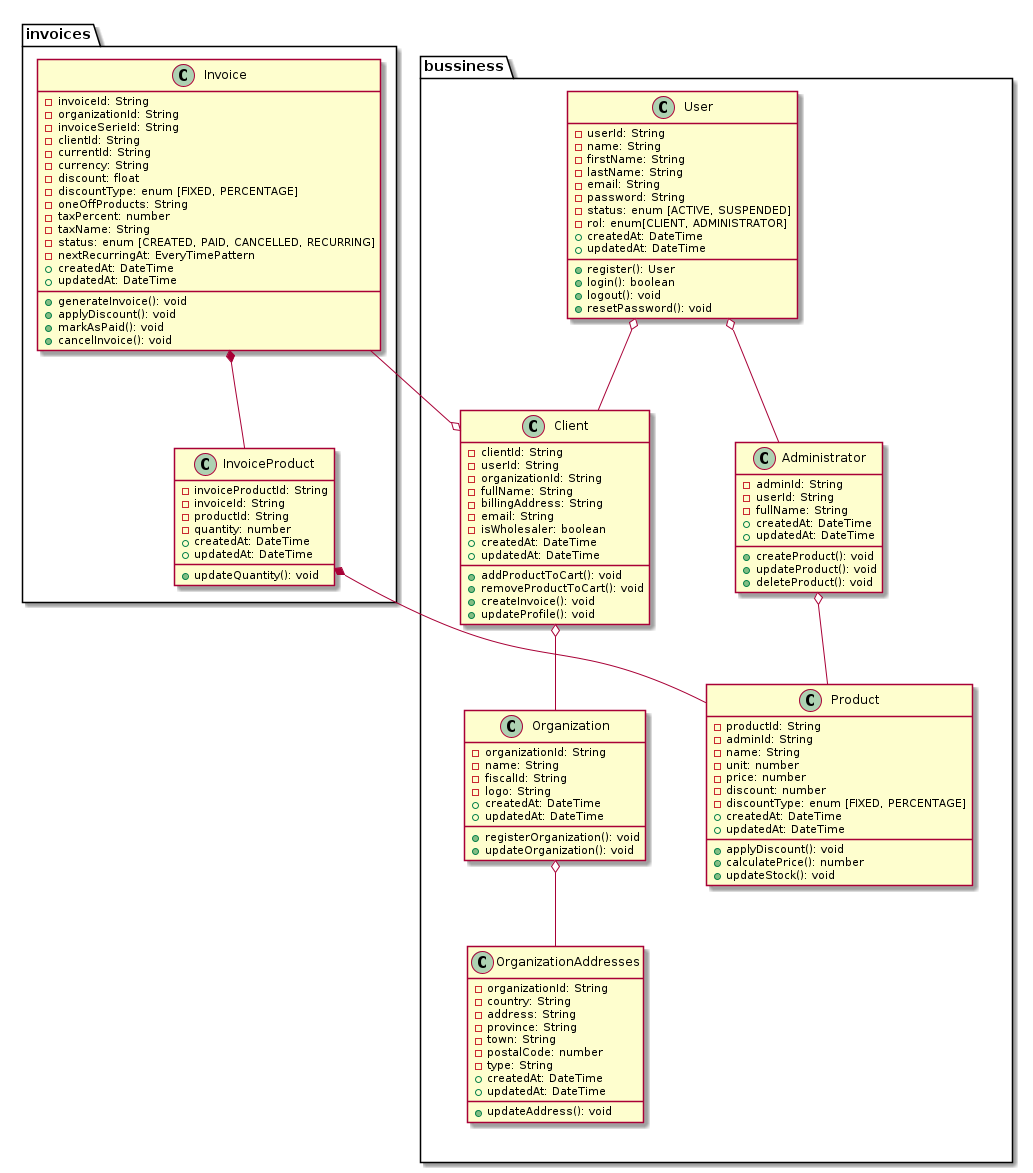
This is docs/class-diagram.png from DanielGonzlez/TFG, a PlantUML export, as it was before one commit.
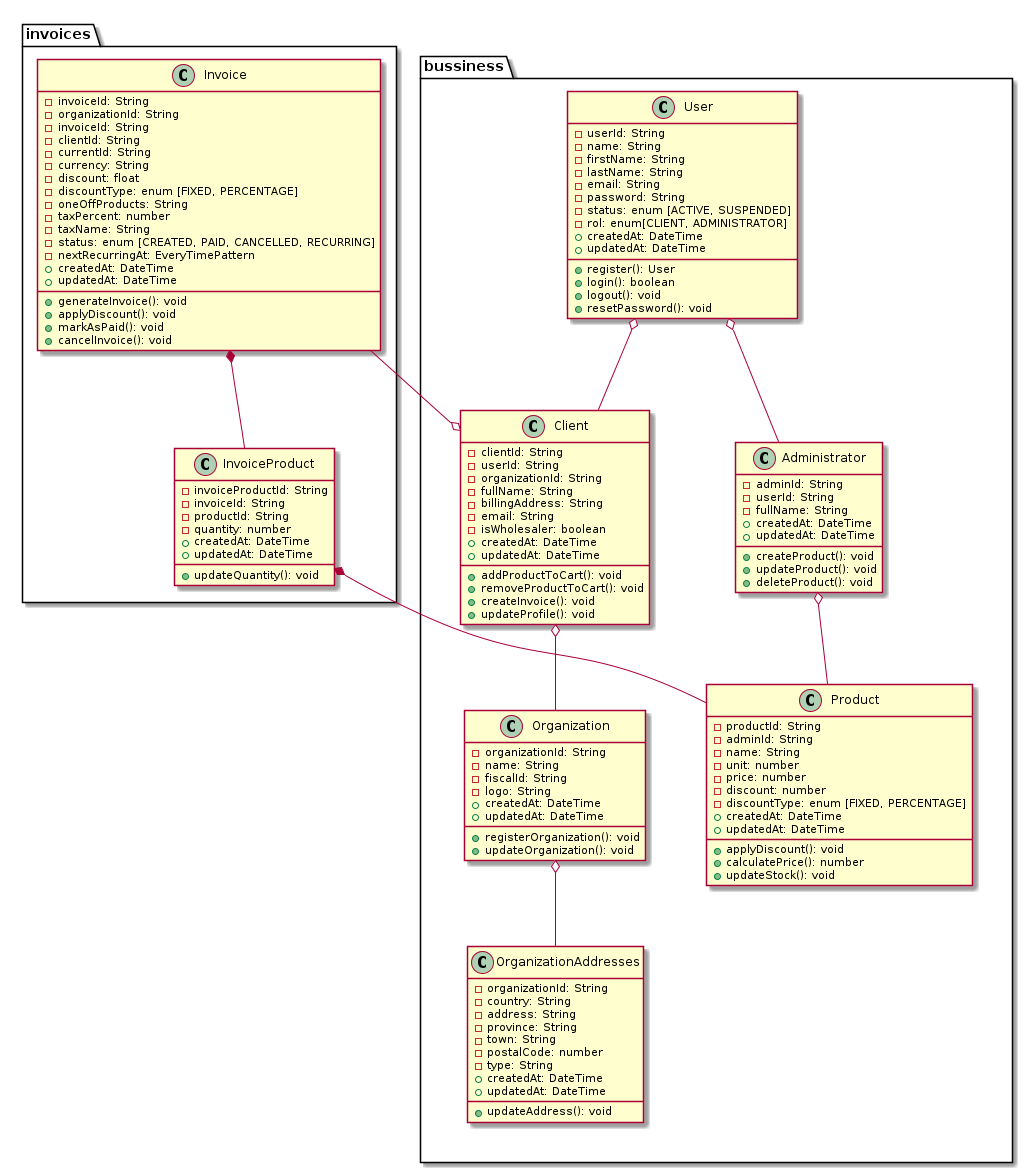
After the change.

Change to the diagram source:
```diff
@@ -109,7 +109,7 @@
     class Invoice {
         - invoiceId: String
         - organizationId: String
-        - invoiceSerieId: String
+        - invoiceId: String
         - clientId: String
         - currentId: String
         - currency: String
```
